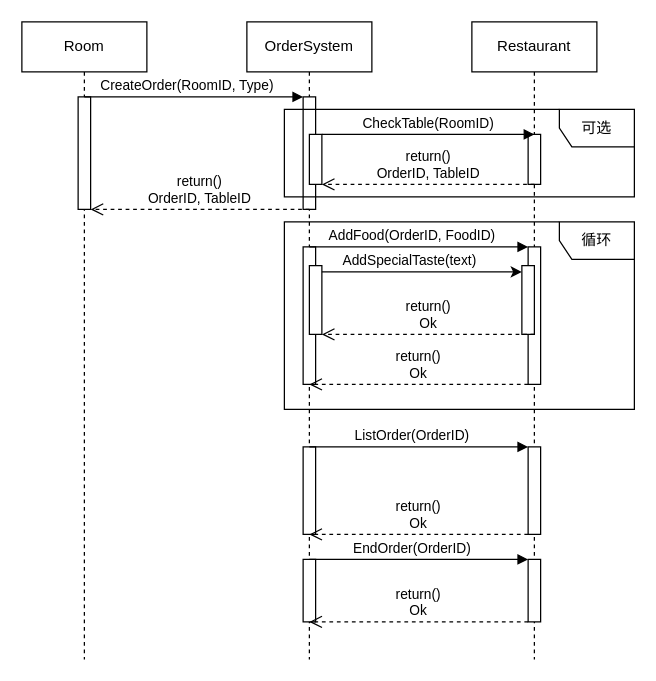
lyhkk/Test keeps this draw.io diagram as 餐饮SSD.drawio. Above is the earlier version. Source tidied: cells renumbered, new cells numbered last; positions are measured from the earlier drawing's top-left corner, leaving out a move shared by most shapes. Both pictures are drawn from the tidied source at 125%, with x=0, y=0 at pixel (21, 21).
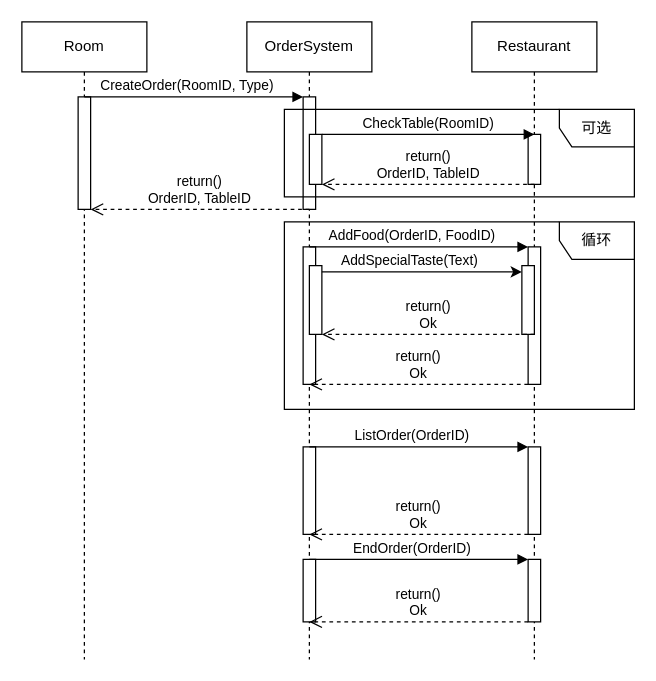
Above is the later version.

Unchanged cells that the change refers to:
```xml
<mxCell id="23" style="edgeStyle=orthogonalEdgeStyle;rounded=0;jettySize=auto;html=1;curved=0;exitX=1;exitY=0;exitDx=0;exitDy=5;exitPerimeter=0;entryX=0;entryY=0;entryDx=0;entryDy=5;entryPerimeter=0;" parent="1" edge="1" source="8" target="15">
  <mxGeometry relative="1" as="geometry" />
</mxCell>
```

Diff of the diagram source:
```diff
@@
-    <mxCell id="24" value="AddSpecialTaste(text)" style="edgeLabel;html=1;align=center;verticalAlign=middle;" parent="23" vertex="1">
+    <mxCell id="24" value="AddSpecialTaste(Text)" style="edgeLabel;html=1;align=center;verticalAlign=middle;" parent="23" vertex="1">
       <mxGeometry x="-0.12" y="-1" relative="1" as="geometry">
         <mxPoint x="-1" y="-11" as="offset" />
       </mxGeometry>
     </mxCell>
```
